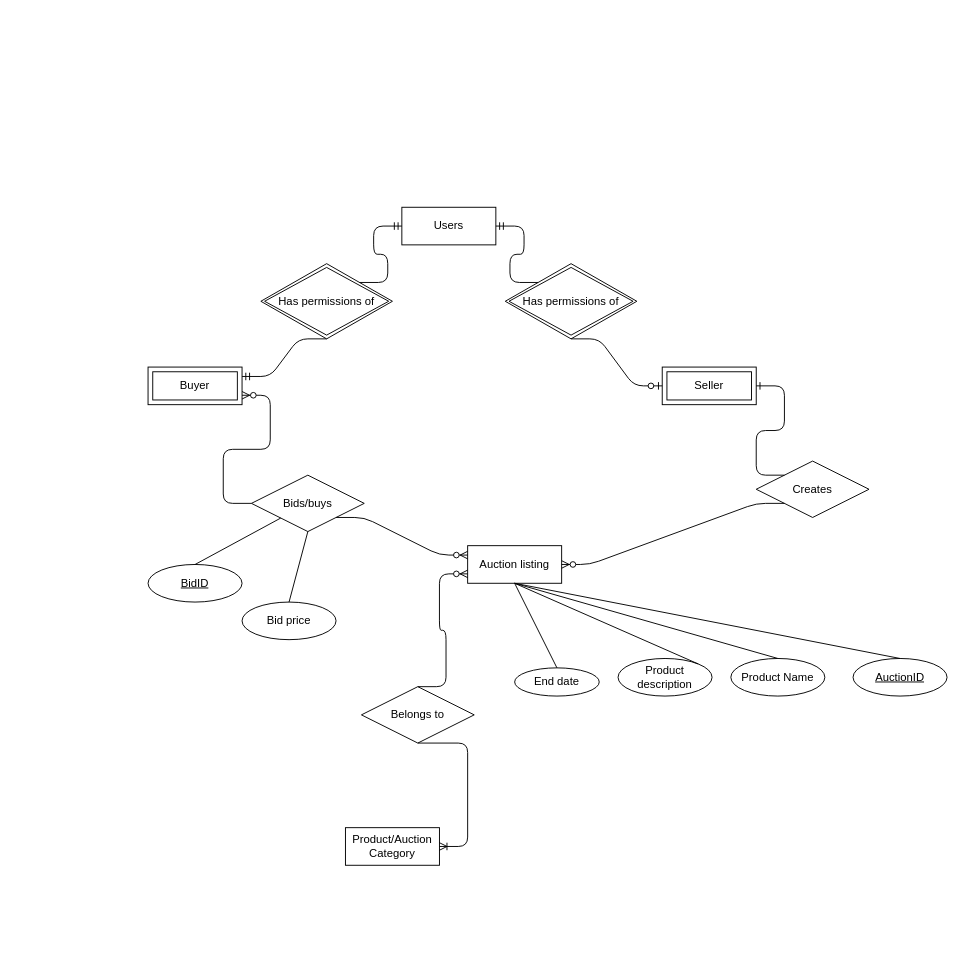
Above: page "Qasim" (1 of 3) of Auction Site ERD.drawio in rwshaw/Auction-Website (draw.io), before the change. Source tidied: cells renumbered, new cells numbered last; positions are measured from the earlier drawing's top-left corner, leaving out a move shared by most shapes. Both pictures are drawn from the tidied source at 94%, with x=0, y=0 at pixel (148, 207).
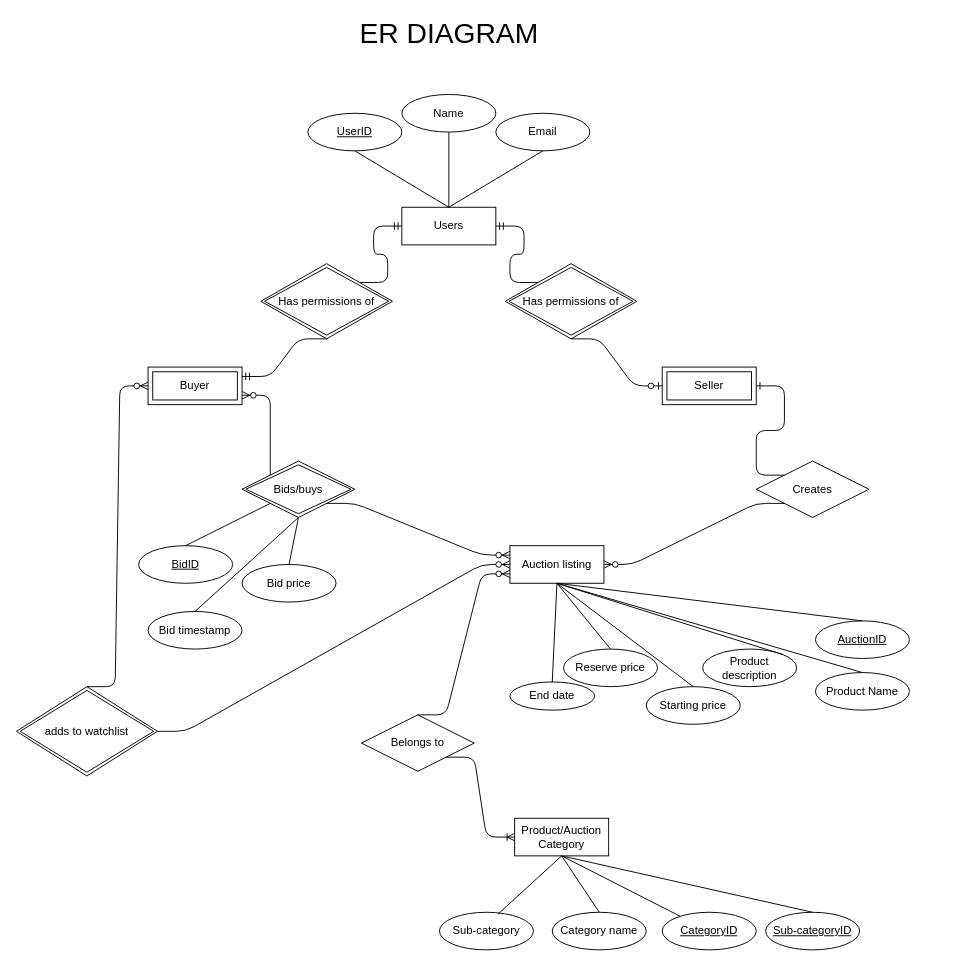
After the change.

The change refers to these unchanged cells:
```xml
<mxCell id="2" value="Users" style="whiteSpace=wrap;html=1;align=center;" parent="1" vertex="1">
  <mxGeometry x="270" width="100" height="40" as="geometry" />
</mxCell>
<mxCell id="3" value="Has permissions of" style="shape=rhombus;double=1;perimeter=rhombusPerimeter;whiteSpace=wrap;html=1;align=center;" parent="1" vertex="1">
  <mxGeometry x="380" y="60" width="140" height="80" as="geometry" />
</mxCell>
<mxCell id="4" value="Seller" style="shape=ext;margin=3;double=1;whiteSpace=wrap;html=1;align=center;" parent="1" vertex="1">
  <mxGeometry x="547" y="170" width="100" height="40" as="geometry" />
</mxCell>
<mxCell id="5" value="Buyer" style="shape=ext;margin=3;double=1;whiteSpace=wrap;html=1;align=center;" parent="1" vertex="1">
  <mxGeometry y="170" width="100" height="40" as="geometry" />
</mxCell>
```

What changed in the source:
```diff
@@
-    <mxCell id="7" style="edgeStyle=entityRelationEdgeStyle;fontSize=12;html=1;endArrow=ERzeroToOne;endFill=1;rounded=1;exitX=0.5;exitY=1;exitDx=0;exitDy=0;entryX=0;entryY=0.5;entryDx=0;entryDy=0;" parent="1" edge="1" source="3" target="4">
+    <mxCell id="7" style="edgeStyle=entityRelationEdgeStyle;fontSize=12;html=1;endArrow=ERzeroToOne;endFill=1;rounded=1;exitX=0.5;exitY=1;exitDx=0;exitDy=0;" parent="1" edge="1" source="3" target="4">
       <mxGeometry relative="1" as="geometry" />
     </mxCell>
@@
     <mxCell id="11" value="Auction listing" style="whiteSpace=wrap;html=1;align=center;" parent="1" vertex="1">
-      <mxGeometry x="340" y="360" width="100" height="40" as="geometry" />
+      <mxGeometry x="385" y="360" width="100" height="40" as="geometry" />
     </mxCell>
@@
     <mxCell id="14" value="AuctionID" style="ellipse;whiteSpace=wrap;html=1;align=center;fontStyle=4;" parent="1" vertex="1">
-      <mxGeometry x="750" y="480" width="100" height="40" as="geometry" />
+      <mxGeometry x="710" y="440" width="100" height="40" as="geometry" />
     </mxCell>
@@
     <mxCell id="17" value="Product Name" style="ellipse;whiteSpace=wrap;html=1;align=center;" parent="1" vertex="1">
-      <mxGeometry x="620" y="480" width="100" height="40" as="geometry" />
+      <mxGeometry x="710" y="495" width="100" height="40" as="geometry" />
     </mxCell>
@@
     <mxCell id="19" value="Product description" style="ellipse;whiteSpace=wrap;html=1;align=center;" parent="1" vertex="1">
-      <mxGeometry x="500" y="480" width="100" height="40" as="geometry" />
+      <mxGeometry x="590" y="470" width="100" height="40" as="geometry" />
     </mxCell>
@@
-    <mxCell id="21" value="Bids/buys" style="shape=rhombus;perimeter=rhombusPerimeter;whiteSpace=wrap;html=1;align=center;" parent="1" vertex="1">
-      <mxGeometry x="110" y="285" width="120" height="60" as="geometry" />
-    </mxCell>
-    <mxCell id="22" style="edgeStyle=entityRelationEdgeStyle;fontSize=12;html=1;endArrow=ERzeroToMany;endFill=1;entryX=0;entryY=0.25;entryDx=0;entryDy=0;exitX=1;exitY=1;exitDx=0;exitDy=0;" parent="1" edge="1" source="21" target="11">
+    <mxCell id="22" style="edgeStyle=entityRelationEdgeStyle;fontSize=12;html=1;endArrow=ERzeroToMany;endFill=1;exitX=1;exitY=1;exitDx=0;exitDy=0;entryX=0;entryY=0.25;entryDx=0;entryDy=0;" parent="1" edge="1" source="21" target="11">
       <mxGeometry relative="1" as="geometry" />
     </mxCell>
@@
     <mxCell id="24" value="Bid price" style="ellipse;whiteSpace=wrap;html=1;align=center;" parent="1" vertex="1">
-      <mxGeometry x="100" y="420" width="100" height="40" as="geometry" />
+      <mxGeometry x="100" y="380" width="100" height="40" as="geometry" />
     </mxCell>
@@
     <mxCell id="26" value="BidID" style="ellipse;whiteSpace=wrap;html=1;align=center;fontStyle=4;" parent="1" vertex="1">
-      <mxGeometry y="380" width="100" height="40" as="geometry" />
+      <mxGeometry x="-10" y="360" width="100" height="40" as="geometry" />
     </mxCell>
-    <mxCell id="27" style="endArrow=none;html=1;rounded=0;exitX=0.5;exitY=0;exitDx=0;exitDy=0;" parent="1" edge="1" source="26" target="21">
+    <mxCell id="27" style="endArrow=none;html=1;rounded=0;exitX=0.5;exitY=0;exitDx=0;exitDy=0;entryX=0;entryY=1;entryDx=0;entryDy=0;" parent="1" edge="1" source="26" target="21">
       <mxGeometry relative="1" as="geometry" />
     </mxCell>
     <mxCell id="28" value="End date" style="ellipse;whiteSpace=wrap;html=1;align=center;" parent="1" vertex="1">
-      <mxGeometry x="390" y="490" width="90" height="30" as="geometry" />
+      <mxGeometry x="385" y="505" width="90" height="30" as="geometry" />
     </mxCell>
@@
     <mxCell id="30" value="Belongs to" style="shape=rhombus;perimeter=rhombusPerimeter;whiteSpace=wrap;html=1;align=center;" parent="1" vertex="1">
-      <mxGeometry x="227" y="510" width="120" height="60" as="geometry" />
+      <mxGeometry x="227" y="540" width="120" height="60" as="geometry" />
     </mxCell>
     <mxCell id="31" value="Product/Auction Category" style="whiteSpace=wrap;html=1;align=center;" parent="1" vertex="1">
-      <mxGeometry x="210" y="660" width="100" height="40" as="geometry" />
+      <mxGeometry x="390" y="650" width="100" height="40" as="geometry" />
     </mxCell>
-    <mxCell id="32" style="edgeStyle=entityRelationEdgeStyle;fontSize=12;html=1;endArrow=ERzeroToMany;endFill=1;exitX=0.5;exitY=0;exitDx=0;exitDy=0;" parent="1" edge="1" source="30">
-      <mxGeometry relative="1" as="geometry">
-        <mxPoint x="340" y="390" as="targetPoint" />
-      </mxGeometry>
+    <mxCell id="32" style="edgeStyle=entityRelationEdgeStyle;fontSize=12;html=1;endArrow=ERzeroToMany;endFill=1;exitX=0.5;exitY=0;exitDx=0;exitDy=0;entryX=0;entryY=0.75;entryDx=0;entryDy=0;" parent="1" edge="1" source="30" target="11">
+      <mxGeometry relative="1" as="geometry" />
     </mxCell>
-    <mxCell id="33" style="edgeStyle=entityRelationEdgeStyle;fontSize=12;html=1;endArrow=ERoneToMany;" parent="1" edge="1" target="31">
-      <mxGeometry relative="1" as="geometry">
-        <mxPoint x="287" y="570" as="sourcePoint" />
-      </mxGeometry>
+    <mxCell id="33" style="edgeStyle=entityRelationEdgeStyle;fontSize=12;html=1;endArrow=ERoneToMany;exitX=1;exitY=1;exitDx=0;exitDy=0;" parent="1" edge="1" source="30" target="31">
+      <mxGeometry relative="1" as="geometry" />
     </mxCell>
+    <mxCell id="34" value="CategoryID" style="ellipse;whiteSpace=wrap;html=1;align=center;fontStyle=4;" parent="1" vertex="1">
+      <mxGeometry x="547" y="750" width="100" height="40" as="geometry" />
+    </mxCell>
+    <mxCell id="35" value="Category name" style="ellipse;whiteSpace=wrap;html=1;align=center;" parent="1" vertex="1">
+      <mxGeometry x="430" y="750" width="100" height="40" as="geometry" />
+    </mxCell>
+    <mxCell id="36" value="Sub-category" style="ellipse;whiteSpace=wrap;html=1;align=center;" parent="1" vertex="1">
+      <mxGeometry x="310" y="750" width="100" height="40" as="geometry" />
+    </mxCell>
+    <mxCell id="37" value="Sub-categoryID" style="ellipse;whiteSpace=wrap;html=1;align=center;fontStyle=4;" parent="1" vertex="1">
+      <mxGeometry x="657" y="750" width="100" height="40" as="geometry" />
+    </mxCell>
+    <mxCell id="38" style="endArrow=none;html=1;rounded=0;exitX=0.5;exitY=1;exitDx=0;exitDy=0;entryX=0.5;entryY=0;entryDx=0;entryDy=0;" parent="1" edge="1" source="31" target="37">
+      <mxGeometry relative="1" as="geometry" />
+    </mxCell>
+    <mxCell id="39" style="endArrow=none;html=1;rounded=0;exitX=0.5;exitY=1;exitDx=0;exitDy=0;" parent="1" edge="1" source="31" target="34">
+      <mxGeometry relative="1" as="geometry" />
+    </mxCell>
+    <mxCell id="40" style="endArrow=none;html=1;rounded=0;exitX=0.5;exitY=1;exitDx=0;exitDy=0;entryX=0.5;entryY=0;entryDx=0;entryDy=0;" parent="1" edge="1" source="31" target="35">
+      <mxGeometry relative="1" as="geometry" />
+    </mxCell>
+    <mxCell id="41" style="endArrow=none;html=1;rounded=0;exitX=0.5;exitY=1;exitDx=0;exitDy=0;entryX=0.623;entryY=0.049;entryDx=0;entryDy=0;entryPerimeter=0;" parent="1" edge="1" source="31" target="36">
+      <mxGeometry relative="1" as="geometry" />
+    </mxCell>
+    <mxCell id="42" value="&lt;u&gt;UserID&lt;/u&gt;" style="ellipse;whiteSpace=wrap;html=1;align=center;" parent="1" vertex="1">
+      <mxGeometry x="170" y="-100" width="100" height="40" as="geometry" />
+    </mxCell>
+    <mxCell id="43" style="endArrow=none;html=1;rounded=0;entryX=0.5;entryY=1;entryDx=0;entryDy=0;exitX=0.5;exitY=0;exitDx=0;exitDy=0;" parent="1" edge="1" source="2" target="45">
+      <mxGeometry relative="1" as="geometry" />
+    </mxCell>
+    <mxCell id="44" style="endArrow=none;html=1;rounded=0;exitX=0.5;exitY=1;exitDx=0;exitDy=0;entryX=0.5;entryY=0;entryDx=0;entryDy=0;" parent="1" edge="1" source="42" target="2">
+      <mxGeometry relative="1" as="geometry" />
+    </mxCell>
+    <mxCell id="45" value="Name" style="ellipse;whiteSpace=wrap;html=1;align=center;" parent="1" vertex="1">
+      <mxGeometry x="270" y="-120" width="100" height="40" as="geometry" />
+    </mxCell>
+    <mxCell id="46" value="Email" style="ellipse;whiteSpace=wrap;html=1;align=center;" parent="1" vertex="1">
+      <mxGeometry x="370" y="-100" width="100" height="40" as="geometry" />
+    </mxCell>
+    <mxCell id="47" style="endArrow=none;html=1;rounded=0;entryX=0.5;entryY=1;entryDx=0;entryDy=0;exitX=0.5;exitY=0;exitDx=0;exitDy=0;" parent="1" edge="1" source="2" target="46">
+      <mxGeometry relative="1" as="geometry" />
+    </mxCell>
+    <mxCell id="48" value="Starting price" style="ellipse;whiteSpace=wrap;html=1;align=center;" parent="1" vertex="1">
+      <mxGeometry x="530" y="510" width="100" height="40" as="geometry" />
+    </mxCell>
+    <mxCell id="49" value="Reserve price" style="ellipse;whiteSpace=wrap;html=1;align=center;" parent="1" vertex="1">
+      <mxGeometry x="442" y="470" width="100" height="40" as="geometry" />
+    </mxCell>
+    <mxCell id="50" style="endArrow=none;html=1;rounded=0;exitX=0.5;exitY=1;exitDx=0;exitDy=0;entryX=0.5;entryY=0;entryDx=0;entryDy=0;" parent="1" edge="1" source="11" target="49">
+      <mxGeometry relative="1" as="geometry" />
+    </mxCell>
+    <mxCell id="51" style="endArrow=none;html=1;rounded=0;exitX=0.5;exitY=1;exitDx=0;exitDy=0;entryX=0.5;entryY=0;entryDx=0;entryDy=0;" parent="1" edge="1" source="11" target="48">
+      <mxGeometry relative="1" as="geometry" />
+    </mxCell>
+    <mxCell id="21" value="Bids/buys" style="shape=rhombus;double=1;perimeter=rhombusPerimeter;whiteSpace=wrap;html=1;align=center;shadow=0;sketch=0;strokeColor=#000000;gradientColor=none;" parent="1" vertex="1">
+      <mxGeometry x="100" y="270" width="120" height="60" as="geometry" />
+    </mxCell>
+    <mxCell id="52" value="Bid timestamp" style="ellipse;whiteSpace=wrap;html=1;align=center;" parent="1" vertex="1">
+      <mxGeometry y="430" width="100" height="40" as="geometry" />
+    </mxCell>
+    <mxCell id="53" style="endArrow=none;html=1;rounded=0;exitX=0.5;exitY=1;exitDx=0;exitDy=0;entryX=0.5;entryY=0;entryDx=0;entryDy=0;" parent="1" edge="1" source="21" target="52">
+      <mxGeometry relative="1" as="geometry" />
+    </mxCell>
+    <mxCell id="54" value="adds to watchlist" style="shape=rhombus;double=1;perimeter=rhombusPerimeter;whiteSpace=wrap;html=1;align=center;shadow=0;sketch=0;strokeColor=#000000;gradientColor=none;" parent="1" vertex="1">
+      <mxGeometry x="-140" y="510" width="150" height="95" as="geometry" />
+    </mxCell>
+    <mxCell id="55" style="edgeStyle=entityRelationEdgeStyle;fontSize=12;html=1;endArrow=ERzeroToMany;endFill=1;exitX=1;exitY=0.5;exitDx=0;exitDy=0;entryX=0;entryY=0.5;entryDx=0;entryDy=0;" parent="1" edge="1" source="54" target="11">
+      <mxGeometry relative="1" as="geometry" />
+    </mxCell>
+    <mxCell id="56" style="fontSize=12;html=1;endArrow=ERzeroToMany;endFill=1;entryX=0;entryY=0.5;entryDx=0;entryDy=0;exitX=0.5;exitY=0;exitDx=0;exitDy=0;edgeStyle=entityRelationEdgeStyle;" parent="1" edge="1" source="54" target="5">
+      <mxGeometry relative="1" as="geometry" />
+    </mxCell>
+    <mxCell id="57" value="&lt;font style=&quot;font-size: 30px&quot;&gt;ER DIAGRAM&lt;/font&gt;" style="text;html=1;align=center;verticalAlign=middle;" parent="1" vertex="1">
+      <mxGeometry x="215" y="-200" width="210" height="30" as="geometry" />
+    </mxCell>
```
